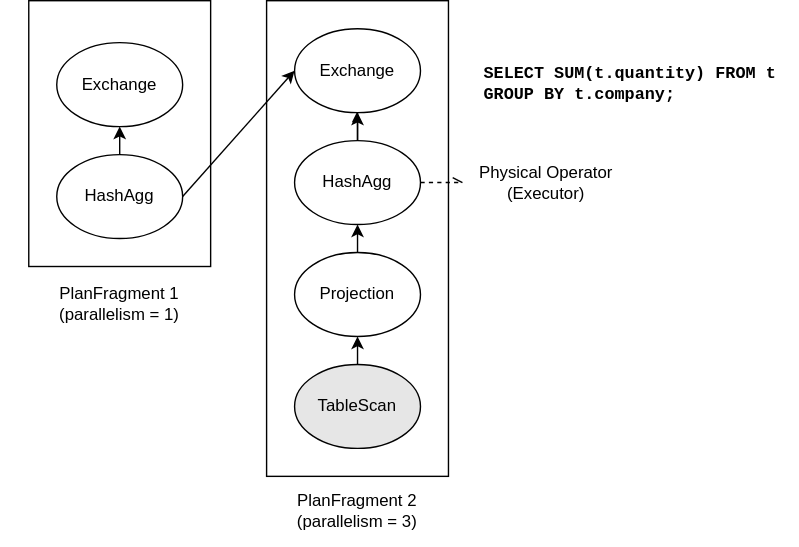
This is docs/images/architecture-design/plan-fragments.svg from risingwavelabs/risingwave, a draw.io export, as it was before one commit. Source tidied: cells renumbered, new cells last; positions are measured from the earlier drawing's top-left corner, leaving out a move shared by most shapes.
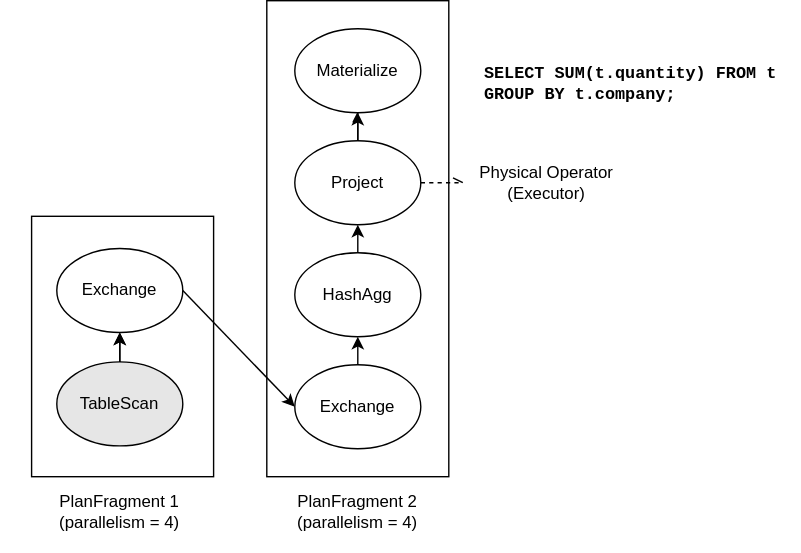
The same file after the commit.

Commit message:
fix(docs): correct the image and some concepts in architecture design

What changed in the source:
```diff
@@ -6,39 +6,32 @@
       <mxGeometry x="190" width="130" height="340" as="geometry" />
     </mxCell>
     <mxCell id="3" style="rounded=0;whiteSpace=wrap;html=1;fontFamily=Courier New;" parent="1" vertex="1">
-      <mxGeometry x="20" width="130" height="190" as="geometry" />
+      <mxGeometry x="22" y="154" width="130" height="186" as="geometry" />
     </mxCell>
     <mxCell id="4" value="SELECT SUM(t.quantity) FROM t&lt;br /&gt;&lt;div style=&quot;text-align: left;&quot;&gt;GROUP BY t.company; &lt;/div&gt;" style="text;html=1;strokeColor=none;fillColor=none;align=center;verticalAlign=middle;whiteSpace=wrap;rounded=0;fontFamily=Courier New;fontStyle=1;" parent="1" vertex="1">
       <mxGeometry x="330" y="40" width="240" height="40" as="geometry" />
     </mxCell>
     <mxCell id="5" value="Exchange" style="ellipse;whiteSpace=wrap;html=1;" parent="1" vertex="1">
-      <mxGeometry x="40" y="30" width="90" height="60" as="geometry" />
+      <mxGeometry x="40" y="177" width="90" height="60" as="geometry" />
     </mxCell>
-    <mxCell id="6" value="Projection" style="ellipse;whiteSpace=wrap;html=1;" parent="1" vertex="1">
+    <mxCell id="6" value="HashAgg" style="ellipse;whiteSpace=wrap;html=1;" parent="1" vertex="1">
       <mxGeometry x="210" y="180" width="90" height="60" as="geometry" />
     </mxCell>
-    <mxCell id="7" value="TableScan" style="ellipse;whiteSpace=wrap;html=1;fillColor=#E6E6E6;" parent="1" vertex="1">
-      <mxGeometry x="210" y="260" width="90" height="60" as="geometry" />
-    </mxCell>
-    <mxCell id="8" value="Exchange" style="ellipse;whiteSpace=wrap;html=1;" parent="1" vertex="1">
-      <mxGeometry x="210" y="20" width="90" height="60" as="geometry" />
-    </mxCell>
-    <mxCell id="9" style="edgeStyle=orthogonalEdgeStyle;rounded=0;jettySize=auto;html=1;endArrow=openAsync;endFill=0;" parent="1" edge="1" source="10" target="8">
-      <mxGeometry relative="1" as="geometry" />
+    <mxCell id="9" style="edgeStyle=orthogonalEdgeStyle;rounded=0;jettySize=auto;html=1;endArrow=openAsync;endFill=0;" parent="1" edge="1" source="10">
+      <mxGeometry relative="1" as="geometry">
+        <mxPoint x="255" y="80" as="targetPoint" />
+      </mxGeometry>
     </mxCell>
-    <mxCell id="10" value="HashAgg" style="ellipse;whiteSpace=wrap;html=1;" parent="1" vertex="1">
+    <mxCell id="10" value="Project" style="ellipse;whiteSpace=wrap;html=1;" parent="1" vertex="1">
       <mxGeometry x="210" y="100" width="90" height="60" as="geometry" />
     </mxCell>
-    <mxCell id="11" value="HashAgg" style="ellipse;whiteSpace=wrap;html=1;" parent="1" vertex="1">
-      <mxGeometry x="40" y="110" width="90" height="60" as="geometry" />
-    </mxCell>
-    <mxCell id="12" style="endArrow=classic;html=1;fontFamily=Courier New;exitX=1;exitY=0.5;exitDx=0;exitDy=0;entryX=0;entryY=0.5;entryDx=0;entryDy=0;" parent="1" edge="1" source="11" target="8">
+    <mxCell id="12" style="endArrow=classic;html=1;fontFamily=Courier New;exitX=1;exitY=0.5;exitDx=0;exitDy=0;entryX=0;entryY=0.5;entryDx=0;entryDy=0;" parent="1" edge="1" source="5" target="8">
       <mxGeometry relative="1" as="geometry" />
     </mxCell>
-    <mxCell id="13" value="PlanFragment 1&lt;br /&gt;(parallelism = 1)" style="text;html=1;strokeColor=none;fillColor=none;align=center;verticalAlign=middle;whiteSpace=wrap;rounded=0;" parent="1" vertex="1">
-      <mxGeometry y="192" width="170" height="50" as="geometry" />
+    <mxCell id="13" value="PlanFragment 1&lt;br&gt;(parallelism = 4)" style="text;html=1;strokeColor=none;fillColor=none;align=center;verticalAlign=middle;whiteSpace=wrap;rounded=0;" parent="1" vertex="1">
+      <mxGeometry y="336.5" width="170" height="57" as="geometry" />
     </mxCell>
-    <mxCell id="14" value="PlanFragment 2&lt;br&gt;(parallelism = 3)" style="text;html=1;strokeColor=none;fillColor=none;align=center;verticalAlign=middle;whiteSpace=wrap;rounded=0;" parent="1" vertex="1">
+    <mxCell id="14" value="PlanFragment 2&lt;br&gt;(parallelism = 4)" style="text;html=1;strokeColor=none;fillColor=none;align=center;verticalAlign=middle;whiteSpace=wrap;rounded=0;" parent="1" vertex="1">
       <mxGeometry x="170" y="340" width="170" height="50" as="geometry" />
     </mxCell>
     <mxCell id="15" value="Physical Operator (Executor)" style="text;html=1;strokeColor=none;fillColor=none;align=center;verticalAlign=middle;whiteSpace=wrap;rounded=0;" parent="1" vertex="1">
@@ -47,21 +40,38 @@
     <mxCell id="16" style="endArrow=openAsync;html=1;exitX=1;exitY=0.5;exitDx=0;exitDy=0;entryX=0;entryY=0.5;entryDx=0;entryDy=0;dashed=1;endFill=0;" parent="1" edge="1" source="10" target="15">
       <mxGeometry relative="1" as="geometry" />
     </mxCell>
-    <mxCell id="17" style="endArrow=classic;html=1;exitX=0.5;exitY=0;exitDx=0;exitDy=0;entryX=0.5;entryY=1;entryDx=0;entryDy=0;" parent="1" edge="1" source="7" target="6">
-      <mxGeometry relative="1" as="geometry" />
+    <mxCell id="17" style="endArrow=classic;html=1;exitX=0.5;exitY=0;exitDx=0;exitDy=0;entryX=0.5;entryY=1;entryDx=0;entryDy=0;" parent="1" edge="1" target="6">
+      <mxGeometry relative="1" as="geometry">
+        <mxPoint x="255" y="260" as="sourcePoint" />
+      </mxGeometry>
     </mxCell>
     <mxCell id="18" style="endArrow=classic;html=1;entryX=0.5;entryY=1;entryDx=0;entryDy=0;" parent="1" edge="1" target="10">
       <mxGeometry relative="1" as="geometry">
         <mxPoint x="255" y="180" as="sourcePoint" />
       </mxGeometry>
     </mxCell>
-    <mxCell id="19" style="endArrow=classic;html=1;entryX=0.5;entryY=1;entryDx=0;entryDy=0;" parent="1" edge="1" target="8">
+    <mxCell id="19" style="endArrow=classic;html=1;entryX=0.5;entryY=1;entryDx=0;entryDy=0;" parent="1" edge="1">
       <mxGeometry relative="1" as="geometry">
         <mxPoint x="255" y="100" as="sourcePoint" />
+        <mxPoint x="255" y="80" as="targetPoint" />
       </mxGeometry>
     </mxCell>
-    <mxCell id="20" style="endArrow=classic;html=1;entryX=0.5;entryY=1;entryDx=0;entryDy=0;exitX=0.5;exitY=0;exitDx=0;exitDy=0;" parent="1" edge="1" source="11" target="5">
-      <mxGeometry relative="1" as="geometry" />
+    <mxCell id="20" style="endArrow=classic;html=1;entryX=0.5;entryY=1;entryDx=0;entryDy=0;exitX=0.5;exitY=0;exitDx=0;exitDy=0;" parent="1" edge="1" target="5">
+      <mxGeometry relative="1" as="geometry">
+        <mxPoint x="85" y="260" as="sourcePoint" />
+      </mxGeometry>
     </mxCell>
+    <mxCell id="21" style="edgeStyle=orthogonalEdgeStyle;rounded=0;jettySize=auto;html=1;exitX=0.5;exitY=0;exitDx=0;exitDy=0;" parent="1" edge="1" source="7" target="5">
+      <mxGeometry relative="1" as="geometry" />
+    </mxCell>
+    <mxCell id="7" value="TableScan" style="ellipse;whiteSpace=wrap;html=1;fillColor=#E6E6E6;" parent="1" vertex="1">
+      <mxGeometry x="40" y="258" width="90" height="60" as="geometry" />
+    </mxCell>
+    <mxCell id="8" value="Exchange" style="ellipse;whiteSpace=wrap;html=1;" parent="1" vertex="1">
+      <mxGeometry x="210" y="260" width="90" height="60" as="geometry" />
+    </mxCell>
+    <mxCell id="22" value="Materialize" style="ellipse;whiteSpace=wrap;html=1;" parent="1" vertex="1">
+      <mxGeometry x="210" y="20" width="90" height="60" as="geometry" />
+    </mxCell>
   </root>
 </mxGraphModel>
```
